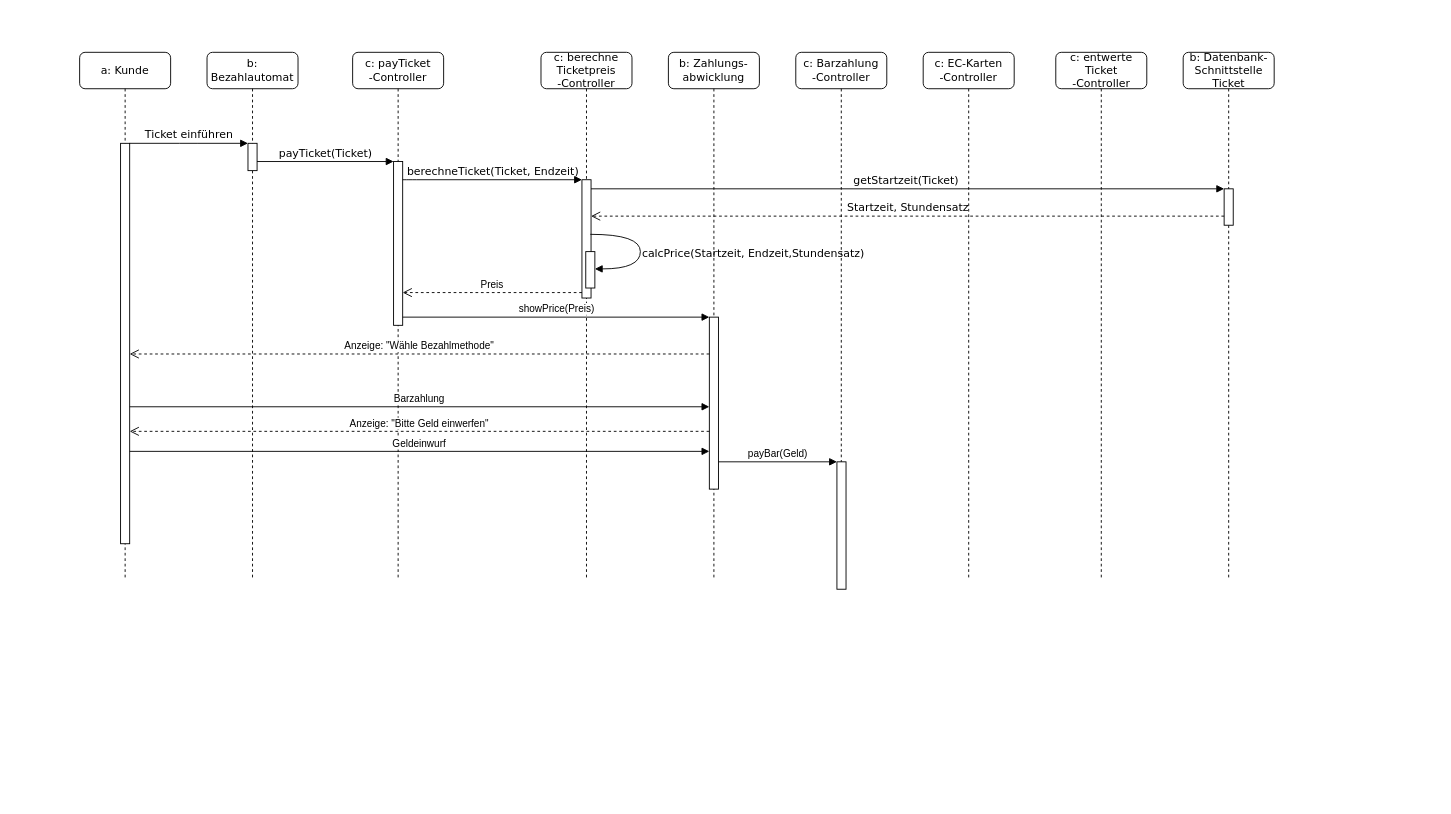
The draw.io diagram blaupause.drawio in Filsball/LaHMa_Carpark, before the edit. Source tidied: cells renumbered, new cells numbered last; positions are measured from the earlier drawing's top-left corner, leaving out a move shared by most shapes. Both pictures are drawn from the tidied source at 91%, with x=0, y=0 at pixel (79, 52).
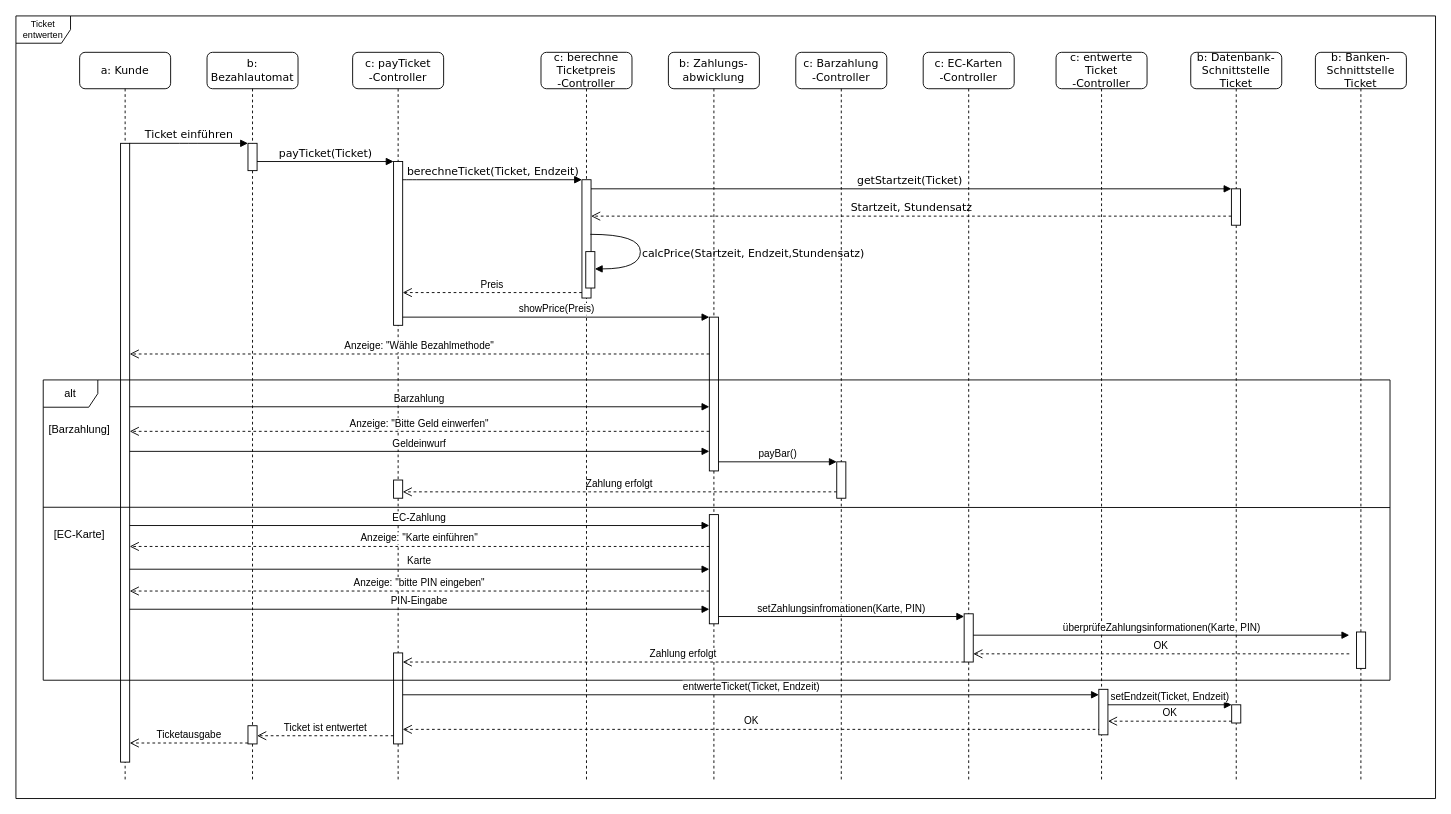
After the change.

Commit message:
Updated_Sequenzdiagramm_Entwerte_Ticket_10.06.2019_18:37Uhr_Central_European_Time/Mitteleuropäische_Zeit_(CET/MEZ)

What changed in the source:
```diff
@@
     <mxCell id="3" value="b: Bezahlautomat" style="shape=umlLifeline;perimeter=lifelinePerimeter;whiteSpace=wrap;html=1;rounded=1;shadow=0;comic=0;labelBackgroundColor=none;strokeColor=#000000;strokeWidth=1;fillColor=#FFFFFF;fontFamily=Verdana;fontSize=12;fontColor=#000000;align=center;" parent="1" vertex="1">
-      <mxGeometry x="140" width="100" height="580" as="geometry" />
+      <mxGeometry x="140" width="100" height="800" as="geometry" />
     </mxCell>
@@
+    <mxCell id="32" style="html=1;perimeter=orthogonalPerimeter;rounded=0;shadow=0;comic=0;labelBackgroundColor=none;strokeColor=#000000;strokeWidth=1;fillColor=#FFFFFF;fontFamily=Verdana;fontSize=12;fontColor=#000000;align=center;" parent="3" vertex="1">
+      <mxGeometry x="45" y="740" width="10" height="20" as="geometry" />
+    </mxCell>
     <mxCell id="5" value="c:&amp;nbsp;&lt;span&gt;payTicket&lt;/span&gt;&lt;br&gt;&lt;span&gt;-Controller&lt;/span&gt;" style="shape=umlLifeline;perimeter=lifelinePerimeter;whiteSpace=wrap;html=1;rounded=1;shadow=0;comic=0;labelBackgroundColor=none;strokeColor=#000000;strokeWidth=1;fillColor=#FFFFFF;fontFamily=Verdana;fontSize=12;fontColor=#000000;align=center;" parent="1" vertex="1">
-      <mxGeometry x="300" width="100" height="580" as="geometry" />
+      <mxGeometry x="300" width="100" height="800" as="geometry" />
     </mxCell>
@@
+    <mxCell id="33" style="html=1;perimeter=orthogonalPerimeter;rounded=0;shadow=0;comic=0;labelBackgroundColor=none;strokeColor=#000000;strokeWidth=1;fillColor=#FFFFFF;fontFamily=Verdana;fontSize=12;fontColor=#000000;align=center;" parent="5" vertex="1">
+      <mxGeometry x="45" y="470" width="10" height="20" as="geometry" />
+    </mxCell>
+    <mxCell id="34" value="Zahlung erfolgt" style="html=1;verticalAlign=bottom;endArrow=open;dashed=1;endSize=8;" parent="5" edge="1" source="11">
+      <mxGeometry relative="1" as="geometry">
+        <mxPoint x="55" y="483" as="targetPoint" />
+        <Array as="points">
+          <mxPoint x="253" y="483" />
+        </Array>
+      </mxGeometry>
+    </mxCell>
+    <mxCell id="35" style="html=1;points=[];perimeter=orthogonalPerimeter;rounded=0;shadow=0;comic=0;labelBackgroundColor=none;strokeColor=#000000;strokeWidth=1;fillColor=#FFFFFF;fontFamily=Verdana;fontSize=12;fontColor=#000000;align=center;" parent="5" vertex="1">
+      <mxGeometry x="45" y="660" width="10" height="100" as="geometry" />
+    </mxCell>
     <mxCell id="7" value="c:&amp;nbsp;&lt;span&gt;berechne&lt;/span&gt;&lt;br&gt;&lt;span&gt;Ticketpreis&lt;/span&gt;&lt;br&gt;&lt;span&gt;-Controller&lt;/span&gt;" style="shape=umlLifeline;perimeter=lifelinePerimeter;whiteSpace=wrap;html=1;outlineConnect=0;rounded=1;shadow=0;comic=0;labelBackgroundColor=none;strokeColor=#000000;strokeWidth=1;fillColor=#FFFFFF;fontFamily=Verdana;fontSize=12;fontColor=#000000;align=center;" parent="1" vertex="1">
-      <mxGeometry x="507" width="100" height="580" as="geometry" />
+      <mxGeometry x="507" width="100" height="800" as="geometry" />
     </mxCell>
     <mxCell id="8" value="b:&amp;nbsp;&lt;span&gt;Zahlungs-&lt;/span&gt;&lt;br&gt;&lt;span&gt;abwicklung&lt;/span&gt;" style="shape=umlLifeline;perimeter=lifelinePerimeter;whiteSpace=wrap;html=1;rounded=1;shadow=0;comic=0;labelBackgroundColor=none;strokeColor=#000000;strokeWidth=1;fillColor=#FFFFFF;fontFamily=Verdana;fontSize=12;fontColor=#000000;align=center;" parent="1" vertex="1">
-      <mxGeometry x="647" width="100" height="580" as="geometry" />
+      <mxGeometry x="647" width="100" height="800" as="geometry" />
     </mxCell>
     <mxCell id="9" style="html=1;points=[];perimeter=orthogonalPerimeter;" parent="8" vertex="1">
-      <mxGeometry x="45" y="291" width="10" height="189" as="geometry" />
+      <mxGeometry x="45" y="291" width="10" height="169" as="geometry" />
     </mxCell>
+    <mxCell id="36" style="html=1;points=[];perimeter=orthogonalPerimeter;rounded=0;shadow=0;comic=0;labelBackgroundColor=none;strokeColor=#000000;strokeWidth=1;fillColor=#FFFFFF;fontFamily=Verdana;fontSize=12;fontColor=#000000;align=center;" parent="8" vertex="1">
+      <mxGeometry x="45" y="508" width="10" height="120" as="geometry" />
+    </mxCell>
     <mxCell id="10" value="c:&amp;nbsp;&lt;span&gt;Barzahlung&lt;/span&gt;&lt;br&gt;&lt;span&gt;-Controller&lt;/span&gt;" style="shape=umlLifeline;perimeter=lifelinePerimeter;whiteSpace=wrap;html=1;rounded=1;shadow=0;comic=0;labelBackgroundColor=none;strokeColor=#000000;strokeWidth=1;fillColor=#FFFFFF;fontFamily=Verdana;fontSize=12;fontColor=#000000;align=center;" parent="1" vertex="1">
-      <mxGeometry x="787" width="100" height="580" as="geometry" />
+      <mxGeometry x="787" width="100" height="800" as="geometry" />
     </mxCell>
     <mxCell id="11" style="html=1;points=[];perimeter=orthogonalPerimeter;rounded=0;shadow=0;comic=0;labelBackgroundColor=none;strokeColor=#000000;strokeWidth=1;fillColor=#FFFFFF;fontFamily=Verdana;fontSize=12;fontColor=#000000;align=center;" parent="10" vertex="1">
-      <mxGeometry x="45.2" y="450" width="10" height="140" as="geometry" />
+      <mxGeometry x="45" y="450" width="10" height="40" as="geometry" />
     </mxCell>
     <mxCell id="12" value="c:&amp;nbsp;&lt;span&gt;EC-Karten&lt;/span&gt;&lt;br&gt;&lt;span&gt;-Controller&lt;/span&gt;" style="shape=umlLifeline;perimeter=lifelinePerimeter;whiteSpace=wrap;html=1;rounded=1;shadow=0;comic=0;labelBackgroundColor=none;strokeColor=#000000;strokeWidth=1;fillColor=#FFFFFF;fontFamily=Verdana;fontSize=12;fontColor=#000000;align=center;" parent="1" vertex="1">
-      <mxGeometry x="927" width="100" height="580" as="geometry" />
+      <mxGeometry x="927" width="100" height="800" as="geometry" />
     </mxCell>
+    <mxCell id="37" style="html=1;points=[];perimeter=orthogonalPerimeter;rounded=0;shadow=0;comic=0;labelBackgroundColor=none;strokeColor=#000000;strokeWidth=1;fillColor=#FFFFFF;fontFamily=Verdana;fontSize=12;fontColor=#000000;align=center;" parent="12" vertex="1">
+      <mxGeometry x="45" y="617" width="10" height="53" as="geometry" />
+    </mxCell>
     <mxCell id="13" value="a: Kunde" style="shape=umlLifeline;perimeter=lifelinePerimeter;whiteSpace=wrap;html=1;rounded=1;shadow=0;comic=0;labelBackgroundColor=none;strokeColor=#000000;strokeWidth=1;fillColor=#FFFFFF;fontFamily=Verdana;fontSize=12;fontColor=#000000;align=center;" parent="1" vertex="1">
-      <mxGeometry width="100" height="580" as="geometry" />
+      <mxGeometry width="100" height="800" as="geometry" />
     </mxCell>
     <mxCell id="14" style="html=1;points=[];perimeter=orthogonalPerimeter;rounded=0;shadow=0;comic=0;labelBackgroundColor=none;strokeColor=#000000;strokeWidth=1;fillColor=#FFFFFF;fontFamily=Verdana;fontSize=12;fontColor=#000000;align=center;" parent="13" vertex="1">
-      <mxGeometry x="45" y="100" width="10" height="440" as="geometry" />
+      <mxGeometry x="45" y="100" width="10" height="680" as="geometry" />
     </mxCell>
@@
     <mxCell id="19" value="c:&amp;nbsp;&lt;span&gt;entwerte&lt;/span&gt;&lt;br&gt;&lt;span&gt;Ticket&lt;/span&gt;&lt;br&gt;&lt;span&gt;-Controller&lt;/span&gt;&lt;br&gt;" style="shape=umlLifeline;perimeter=lifelinePerimeter;whiteSpace=wrap;html=1;rounded=1;shadow=0;comic=0;labelBackgroundColor=none;strokeColor=#000000;strokeWidth=1;fillColor=#FFFFFF;fontFamily=Verdana;fontSize=12;fontColor=#000000;align=center;" parent="1" vertex="1">
-      <mxGeometry x="1072.7" width="100" height="580" as="geometry" />
+      <mxGeometry x="1073" width="100" height="800" as="geometry" />
     </mxCell>
+    <mxCell id="38" style="html=1;perimeter=orthogonalPerimeter;" parent="19" vertex="1">
+      <mxGeometry x="47" y="700" width="10" height="50" as="geometry" />
+    </mxCell>
     <mxCell id="20" value="b:&amp;nbsp;&lt;span&gt;Datenbank-&lt;/span&gt;&lt;br&gt;&lt;span&gt;Schnittstelle&lt;/span&gt;&lt;br&gt;&lt;span&gt;Ticket&lt;/span&gt;" style="shape=umlLifeline;perimeter=lifelinePerimeter;whiteSpace=wrap;html=1;rounded=1;shadow=0;comic=0;labelBackgroundColor=none;strokeColor=#000000;strokeWidth=1;fillColor=#FFFFFF;fontFamily=Verdana;fontSize=12;fontColor=#000000;align=center;" parent="1" vertex="1">
-      <mxGeometry x="1212.7" width="100" height="580" as="geometry" />
+      <mxGeometry x="1221" width="100" height="800" as="geometry" />
     </mxCell>
+    <mxCell id="39" style="html=1;perimeter=orthogonalPerimeter;" parent="20" vertex="1">
+      <mxGeometry x="45" y="717" width="10" height="20" as="geometry" />
+    </mxCell>
     <mxCell id="21" style="html=1;points=[];perimeter=orthogonalPerimeter;rounded=0;shadow=0;comic=0;labelBackgroundColor=none;strokeColor=#000000;strokeWidth=1;fillColor=#FFFFFF;fontFamily=Verdana;fontSize=12;fontColor=#000000;align=center;" parent="1" vertex="1">
-      <mxGeometry x="1257.7" y="150" width="10" height="40" as="geometry" />
+      <mxGeometry x="1265.7" y="150" width="10" height="40" as="geometry" />
     </mxCell>
@@
-    <mxCell id="29" value="payBar(Geld)" style="html=1;verticalAlign=bottom;endArrow=block;" parent="1" edge="1" target="11">
+    <mxCell id="29" value="payBar()" style="html=1;verticalAlign=bottom;endArrow=block;" parent="1" edge="1" target="11">
       <mxGeometry relative="1" as="geometry">
         <mxPoint x="702" y="450" as="sourcePoint" />
       </mxGeometry>
     </mxCell>
@@
+    <mxCell id="40" value="EC-Zahlung" style="html=1;verticalAlign=bottom;endArrow=none;startArrow=block;startFill=1;endFill=0;" parent="1" edge="1">
+      <mxGeometry relative="1" as="geometry">
+        <mxPoint x="692" y="520" as="sourcePoint" />
+        <mxPoint x="55" y="520" as="targetPoint" />
+      </mxGeometry>
+    </mxCell>
+    <mxCell id="41" value="Anzeige: &quot;Karte einführen&quot;" style="html=1;verticalAlign=bottom;endArrow=open;dashed=1;endSize=8;" parent="1" edge="1">
+      <mxGeometry relative="1" as="geometry">
+        <mxPoint x="692" y="543" as="sourcePoint" />
+        <mxPoint x="55" y="543" as="targetPoint" />
+      </mxGeometry>
+    </mxCell>
+    <mxCell id="42" value="Karte" style="html=1;verticalAlign=bottom;endArrow=none;startArrow=block;startFill=1;endFill=0;" parent="1" edge="1" source="36">
+      <mxGeometry relative="1" as="geometry">
+        <mxPoint x="55" y="568" as="targetPoint" />
+      </mxGeometry>
+    </mxCell>
+    <mxCell id="43" value="Anzeige: &quot;bitte PIN eingeben&quot;" style="html=1;verticalAlign=bottom;endArrow=open;dashed=1;endSize=8;" parent="1" edge="1">
+      <mxGeometry relative="1" as="geometry">
+        <mxPoint x="692" y="592" as="sourcePoint" />
+        <mxPoint x="55" y="592" as="targetPoint" />
+      </mxGeometry>
+    </mxCell>
+    <mxCell id="44" value="PIN-Eingabe" style="html=1;verticalAlign=bottom;endArrow=none;startArrow=block;startFill=1;endFill=0;" parent="1" edge="1">
+      <mxGeometry relative="1" as="geometry">
+        <mxPoint x="692" y="612" as="sourcePoint" />
+        <mxPoint x="55" y="612" as="targetPoint" />
+      </mxGeometry>
+    </mxCell>
+    <mxCell id="45" value="setZahlungsinfromationen(Karte, PIN)" style="html=1;verticalAlign=bottom;endArrow=block;" parent="1" edge="1" source="36">
+      <mxGeometry relative="1" as="geometry">
+        <mxPoint x="972" y="620" as="targetPoint" />
+      </mxGeometry>
+    </mxCell>
+    <mxCell id="46" value="b: Banken&lt;span&gt;-&lt;/span&gt;&lt;br&gt;&lt;span&gt;Schnittstelle&lt;/span&gt;&lt;br&gt;&lt;span&gt;Ticket&lt;/span&gt;" style="shape=umlLifeline;perimeter=lifelinePerimeter;whiteSpace=wrap;html=1;rounded=1;shadow=0;comic=0;labelBackgroundColor=none;strokeColor=#000000;strokeWidth=1;fillColor=#FFFFFF;fontFamily=Verdana;fontSize=12;fontColor=#000000;align=center;" parent="1" vertex="1">
+      <mxGeometry x="1358" width="100" height="800" as="geometry" />
+    </mxCell>
+    <mxCell id="47" style="html=1;perimeter=orthogonalPerimeter;rounded=0;shadow=0;comic=0;labelBackgroundColor=none;strokeColor=#000000;strokeWidth=1;fillColor=#FFFFFF;fontFamily=Verdana;fontSize=12;fontColor=#000000;align=center;" parent="46" vertex="1">
+      <mxGeometry x="45.2" y="637" width="10" height="40" as="geometry" />
+    </mxCell>
+    <mxCell id="48" value="überprüfeZahlungsinformationen(Karte, PIN)" style="html=1;verticalAlign=bottom;endArrow=block;" parent="1" edge="1">
+      <mxGeometry relative="1" as="geometry">
+        <mxPoint x="982" y="640.5" as="sourcePoint" />
+        <mxPoint x="1395.2" y="640.5" as="targetPoint" />
+      </mxGeometry>
+    </mxCell>
+    <mxCell id="49" value="OK" style="html=1;verticalAlign=bottom;endArrow=open;dashed=1;endSize=8;" parent="1" edge="1">
+      <mxGeometry relative="1" as="geometry">
+        <mxPoint x="1395.2" y="661" as="sourcePoint" />
+        <mxPoint x="982" y="661" as="targetPoint" />
+      </mxGeometry>
+    </mxCell>
+    <mxCell id="50" value="Zahlung erfolgt" style="html=1;verticalAlign=bottom;endArrow=open;dashed=1;endSize=8;" parent="1" edge="1" source="37" target="35">
+      <mxGeometry relative="1" as="geometry">
+        <Array as="points">
+          <mxPoint x="765" y="670" />
+        </Array>
+      </mxGeometry>
+    </mxCell>
+    <mxCell id="51" style="endArrow=none;html=1;exitX=0;exitY=0.424;exitDx=0;exitDy=0;exitPerimeter=0;entryX=1;entryY=0.425;entryDx=0;entryDy=0;entryPerimeter=0;" parent="1" edge="1" source="54" target="54">
+      <mxGeometry relative="1" as="geometry" />
+    </mxCell>
+    <mxCell id="52" value="[Barzahlung]" style="text;html=1;strokeColor=none;fillColor=none;align=center;verticalAlign=middle;whiteSpace=wrap;rounded=0;" parent="1" vertex="1">
+      <mxGeometry x="-20" y="405" width="40" height="20" as="geometry" />
+    </mxCell>
+    <mxCell id="53" value="[EC-Karte]" style="text;html=1;strokeColor=none;fillColor=none;align=center;verticalAlign=middle;whiteSpace=wrap;rounded=0;" parent="1" vertex="1">
+      <mxGeometry x="-30" y="520" width="60" height="20" as="geometry" />
+    </mxCell>
+    <mxCell id="54" value="alt" style="shape=umlFrame;whiteSpace=wrap;html=1;" parent="1" vertex="1">
+      <mxGeometry x="-40" y="360" width="1480" height="330" as="geometry" />
+    </mxCell>
+    <mxCell id="55" value="entwerteTicket(Ticket, Endzeit)" style="html=1;verticalAlign=bottom;startArrow=none;endArrow=block;startSize=8;startFill=0;" parent="1" edge="1">
+      <mxGeometry relative="1" as="geometry">
+        <mxPoint x="355" y="706" as="sourcePoint" />
+        <mxPoint x="1120" y="706" as="targetPoint" />
+      </mxGeometry>
+    </mxCell>
+    <mxCell id="56" value="setEndzeit(Ticket, Endzeit)" style="html=1;verticalAlign=bottom;endArrow=block;" parent="1" edge="1">
+      <mxGeometry relative="1" as="geometry">
+        <mxPoint x="1130" y="717" as="sourcePoint" />
+        <mxPoint x="1266" y="717" as="targetPoint" />
+      </mxGeometry>
+    </mxCell>
+    <mxCell id="57" value="OK" style="html=1;verticalAlign=bottom;endArrow=open;dashed=1;endSize=8;" parent="1" edge="1">
+      <mxGeometry relative="1" as="geometry">
+        <mxPoint x="1266" y="735" as="sourcePoint" />
+        <mxPoint x="1130" y="735" as="targetPoint" />
+      </mxGeometry>
+    </mxCell>
+    <mxCell id="58" value="OK" style="html=1;verticalAlign=bottom;startArrow=open;endArrow=none;startSize=8;startFill=0;endFill=0;dashed=1;" parent="1" edge="1">
+      <mxGeometry relative="1" as="geometry">
+        <mxPoint x="355" y="744" as="sourcePoint" />
+        <mxPoint x="1120" y="744" as="targetPoint" />
+      </mxGeometry>
+    </mxCell>
+    <mxCell id="59" value="Ticketausgabe" style="html=1;verticalAlign=bottom;endArrow=open;dashed=1;endSize=8;" parent="1" edge="1">
+      <mxGeometry relative="1" as="geometry">
+        <mxPoint x="185" y="759" as="sourcePoint" />
+        <mxPoint x="55" y="759" as="targetPoint" />
+      </mxGeometry>
+    </mxCell>
+    <mxCell id="60" value="Ticket ist entwertet" style="html=1;verticalAlign=bottom;endArrow=open;dashed=1;endSize=8;" parent="1" edge="1">
+      <mxGeometry relative="1" as="geometry">
+        <mxPoint x="345" y="751" as="sourcePoint" />
+        <mxPoint x="195" y="751" as="targetPoint" />
+      </mxGeometry>
+    </mxCell>
+    <mxCell id="61" value="Ticket entwerten" style="shape=umlFrame;whiteSpace=wrap;html=1;fontSize=10;" parent="1" vertex="1">
+      <mxGeometry x="-70" y="-40" width="1560" height="860" as="geometry" />
+    </mxCell>
```
